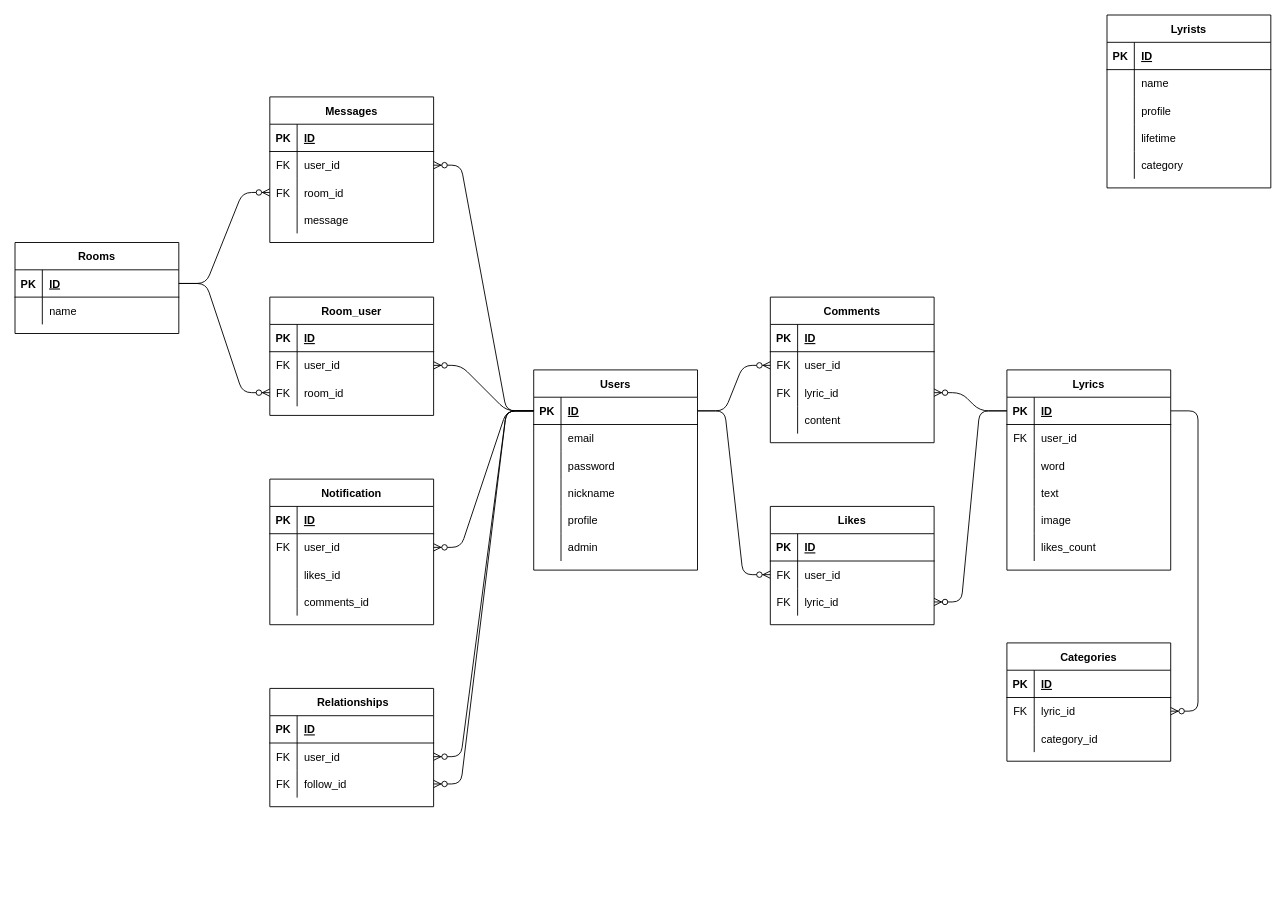
This is lyricomic.dio from fmnature/lyricomic, a draw.io file, before an edit. Source tidied: cells renumbered, new cells numbered last; positions are measured from the earlier drawing's top-left corner, leaving out a move shared by most shapes. Both pictures are drawn from the tidied source at 91%, with x=0, y=0 at pixel (15, 15).
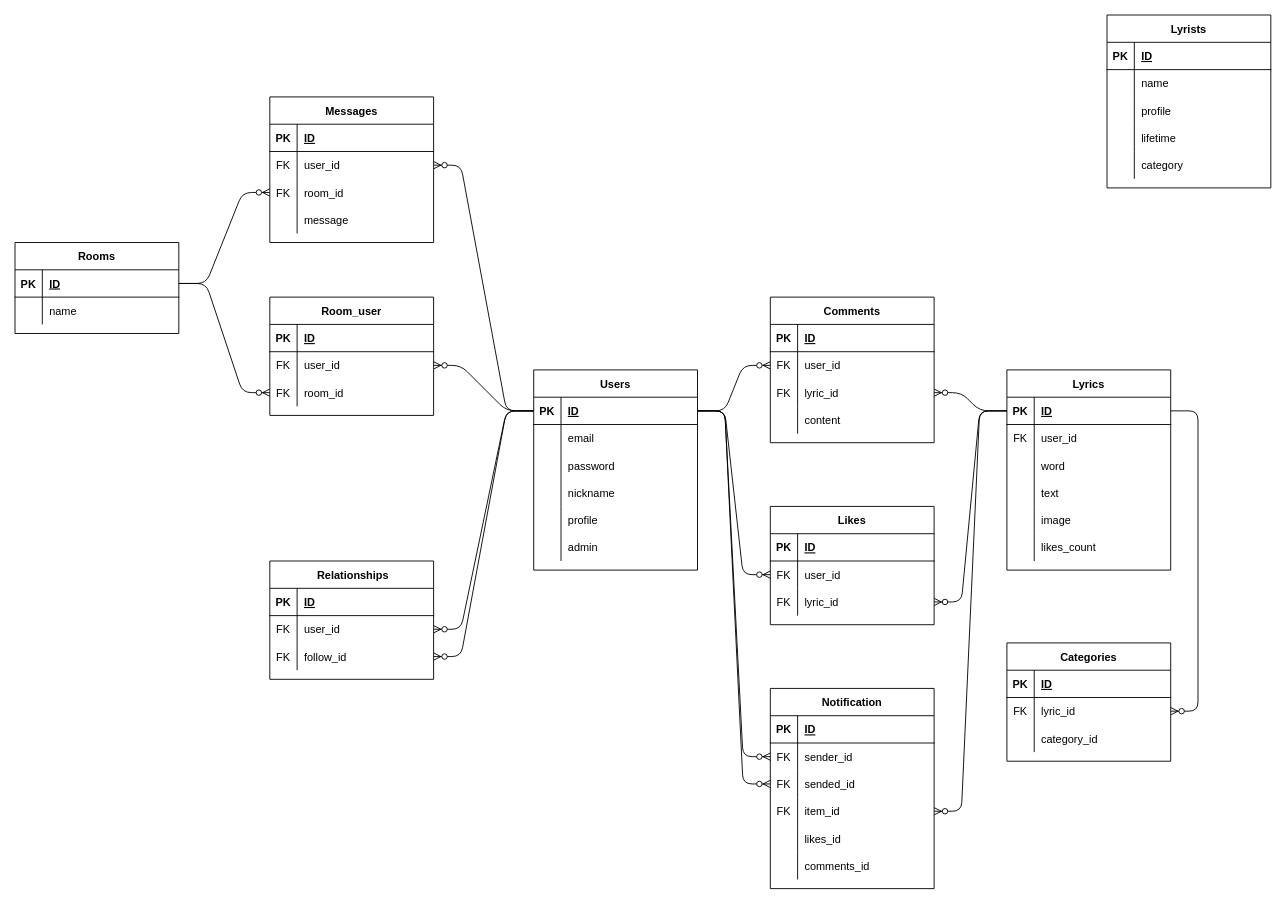
Above is the later version.

Unchanged cells that the change refers to:
```xml
<mxCell id="3" style="shape=partialRectangle;fillColor=none;top=0;left=0;bottom=1;right=0;points=[[0,0.5],[1,0.5]];portConstraint=eastwest;" parent="2" vertex="1">
  <mxGeometry y="30" width="180" height="30" as="geometry" />
</mxCell>
<mxCell id="22" style="shape=partialRectangle;fillColor=none;top=0;left=0;bottom=1;right=0;points=[[0,0.5],[1,0.5]];portConstraint=eastwest;" parent="21" vertex="1">
  <mxGeometry y="30" width="180" height="30" as="geometry" />
</mxCell>
<mxCell id="77" style="shape=partialRectangle;fillColor=none;top=0;left=0;bottom=0;right=0;points=[[0,0.5],[1,0.5]];portConstraint=eastwest;" parent="73" vertex="1">
  <mxGeometry y="60" width="180" height="30" as="geometry" />
</mxCell>
```

Diff of the diagram source:
```diff
@@
     <mxCell id="73" value="Notification" style="shape=table;startSize=30;childLayout=tableLayout;rowLines=0;fontStyle=1;align=center;" parent="1" vertex="1">
-      <mxGeometry x="280" y="510" width="180" height="160" as="geometry" />
+      <mxGeometry x="830" y="740" width="180" height="220" as="geometry" />
     </mxCell>
@@
-    <mxCell id="79" value="user_id" style="shape=partialRectangle;fillColor=none;top=0;left=0;bottom=0;right=0;align=left;spacingLeft=6;fontStyle=0;overflow=hidden;" parent="77" vertex="1">
+    <mxCell id="79" value="sender_id" style="shape=partialRectangle;fillColor=none;top=0;left=0;bottom=0;right=0;align=left;spacingLeft=6;fontStyle=0;overflow=hidden;" parent="77" vertex="1">
       <mxGeometry x="30" width="150" height="30" as="geometry" />
     </mxCell>
+    <mxCell id="154" style="shape=partialRectangle;fillColor=none;top=0;left=0;bottom=0;right=0;points=[[0,0.5],[1,0.5]];portConstraint=eastwest;" parent="73" vertex="1">
+      <mxGeometry y="90" width="180" height="30" as="geometry" />
+    </mxCell>
+    <mxCell id="155" value="FK" style="shape=partialRectangle;fillColor=none;top=0;left=0;bottom=0;right=0;fontStyle=0;overflow=hidden;" parent="154" vertex="1">
+      <mxGeometry width="30" height="30" as="geometry" />
+    </mxCell>
+    <mxCell id="156" value="sended_id" style="shape=partialRectangle;fillColor=none;top=0;left=0;bottom=0;right=0;align=left;spacingLeft=6;fontStyle=0;overflow=hidden;" parent="154" vertex="1">
+      <mxGeometry x="30" width="150" height="30" as="geometry" />
+    </mxCell>
+    <mxCell id="157" style="shape=partialRectangle;fillColor=none;top=0;left=0;bottom=0;right=0;points=[[0,0.5],[1,0.5]];portConstraint=eastwest;" parent="73" vertex="1">
+      <mxGeometry y="120" width="180" height="30" as="geometry" />
+    </mxCell>
+    <mxCell id="158" value="FK" style="shape=partialRectangle;fillColor=none;top=0;left=0;bottom=0;right=0;fontStyle=0;overflow=hidden;" parent="157" vertex="1">
+      <mxGeometry width="30" height="30" as="geometry" />
+    </mxCell>
+    <mxCell id="159" value="item_id" style="shape=partialRectangle;fillColor=none;top=0;left=0;bottom=0;right=0;align=left;spacingLeft=6;fontStyle=0;overflow=hidden;" parent="157" vertex="1">
+      <mxGeometry x="30" width="150" height="30" as="geometry" />
+    </mxCell>
     <mxCell id="80" style="shape=partialRectangle;fillColor=none;top=0;left=0;bottom=0;right=0;" parent="73" vertex="1">
-      <mxGeometry y="90" width="180" height="30" as="geometry" />
+      <mxGeometry y="150" width="180" height="30" as="geometry" />
     </mxCell>
@@
     <mxCell id="83" style="shape=partialRectangle;fillColor=none;top=0;left=0;bottom=0;right=0;" parent="73" vertex="1">
-      <mxGeometry y="120" width="180" height="30" as="geometry" />
+      <mxGeometry y="180" width="180" height="30" as="geometry" />
     </mxCell>
@@
     <mxCell id="86" value=" Relationships" style="shape=table;startSize=30;childLayout=tableLayout;rowLines=0;fontStyle=1;align=center;" parent="1" vertex="1">
-      <mxGeometry x="280" y="740" width="180" height="130" as="geometry" />
+      <mxGeometry x="280" y="600" width="180" height="130" as="geometry" />
     </mxCell>
@@
-    <mxCell id="98" style="edgeStyle=entityRelationEdgeStyle;fontSize=12;html=1;endArrow=ERzeroToMany;endFill=1;exitX=0;exitY=0.5;exitDx=0;exitDy=0;entryX=1;entryY=0.5;entryDx=0;entryDy=0;" parent="1" edge="1" source="3" target="77">
+    <mxCell id="98" style="edgeStyle=entityRelationEdgeStyle;fontSize=12;html=1;endArrow=ERzeroToMany;endFill=1;exitX=1;exitY=0.5;exitDx=0;exitDy=0;entryX=0;entryY=0.5;entryDx=0;entryDy=0;" parent="1" edge="1" source="3" target="77">
       <mxGeometry relative="1" as="geometry" />
     </mxCell>
@@
+    <mxCell id="160" style="edgeStyle=entityRelationEdgeStyle;fontSize=12;html=1;endArrow=ERzeroToMany;endFill=1;exitX=1;exitY=0.5;exitDx=0;exitDy=0;" parent="1" edge="1" source="3" target="154">
+      <mxGeometry relative="1" as="geometry" />
+    </mxCell>
+    <mxCell id="161" style="edgeStyle=entityRelationEdgeStyle;fontSize=12;html=1;endArrow=ERzeroToMany;endFill=1;exitX=0;exitY=0.5;exitDx=0;exitDy=0;entryX=1;entryY=0.5;entryDx=0;entryDy=0;" parent="1" edge="1" source="22" target="157">
+      <mxGeometry relative="1" as="geometry" />
+    </mxCell>
```
